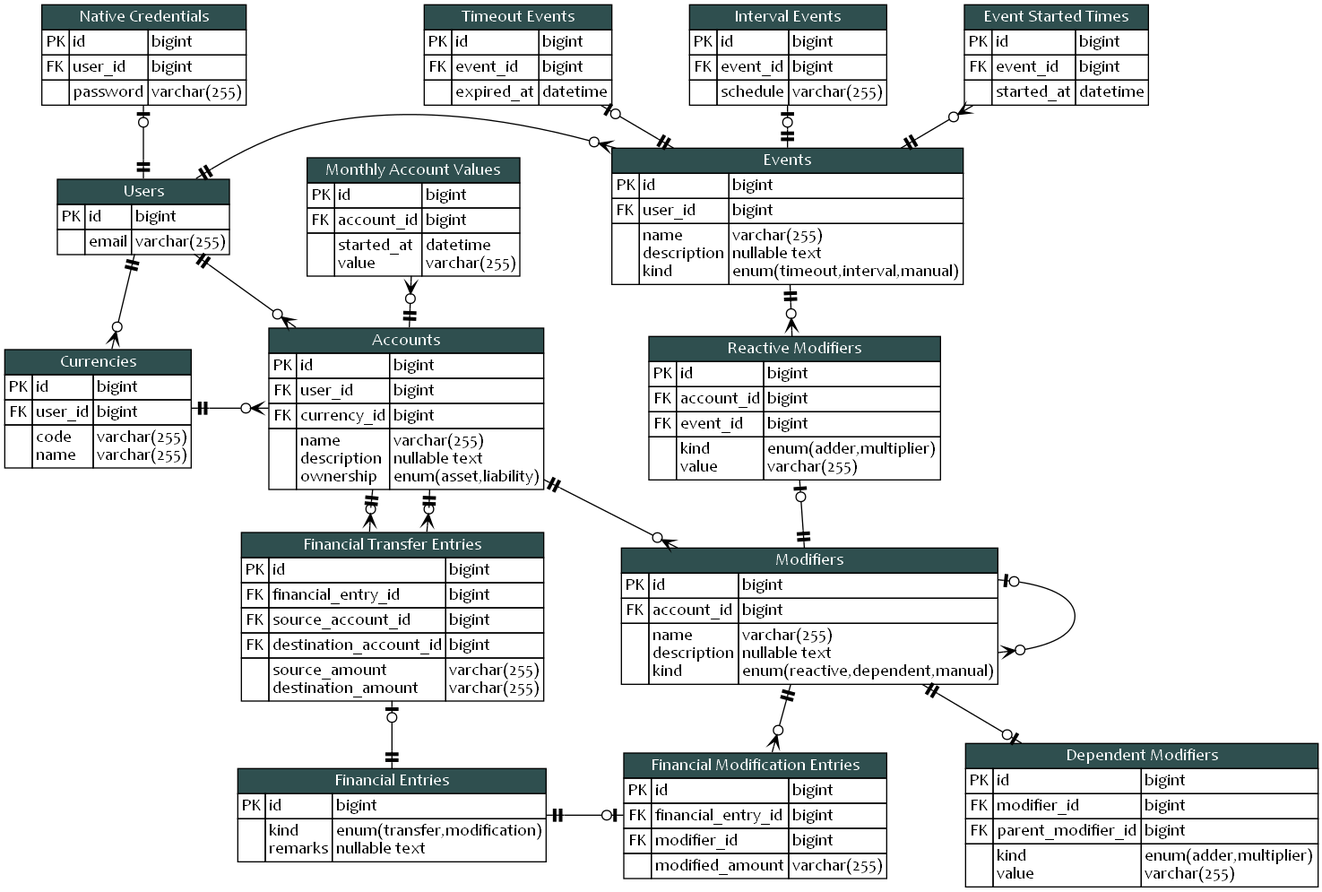
This is blueprint/erd.png from KennethTrecy/peratorakka_server, a Graphviz export, as it was before one commit. Its source is kept beside it as blueprint/erd.dot.
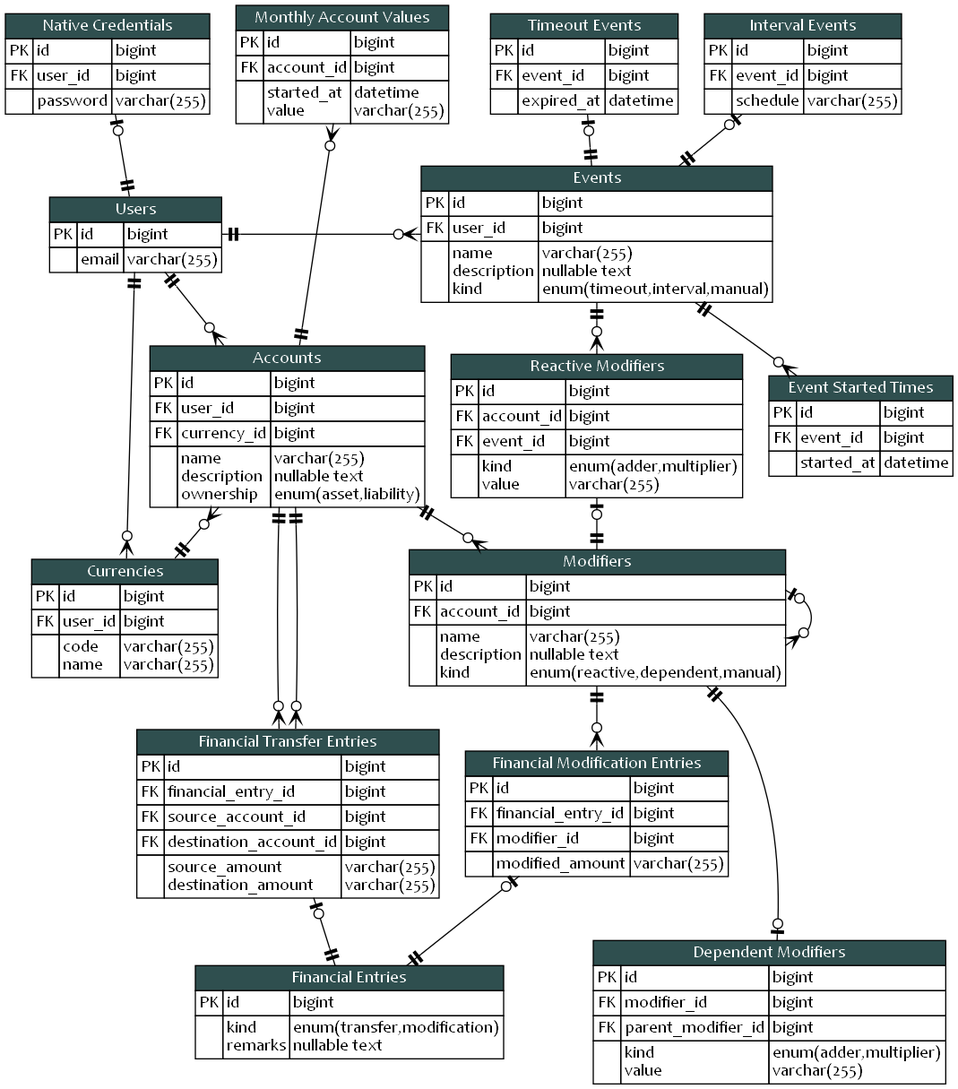
After the commit.

Commit message:
docs(blueprint): compress the positions of entities in ERD

What changed in the source:
```diff
@@ -2,7 +2,7 @@
 	graph [
 		layout = dot
 		splines = true
-		nodesep = 0.9
+		nodesep = 0.3
 	]
 	{
 		node [ shape = none margin = 0 fontname="Candara" ]
@@ -578,35 +578,40 @@
 
 	{
 		rank = source;
+		native_credentials
 		timeout_events
 		interval_events
-		event_started_times
-		native_credentials
+		monthly_account_values
 	}
 
 	{
 		rank = same;
 		users
 		events
-		monthly_account_values
 	}
 
 	{
 		rank = same;
 		accounts
 		reactive_modifiers
-		currencies
+		event_started_times
 	}
 
 	{
 		rank = same;
+		currencies
 		modifiers
+	}
+
+	{
+		rank = same;
 		financial_transfer_entries
+		financial_modification_entries
 	}
+
 	{
 		rank = sink;
 		dependent_modifiers
-		financial_modification_entries
 		financial_entries
 	}
 }
```
